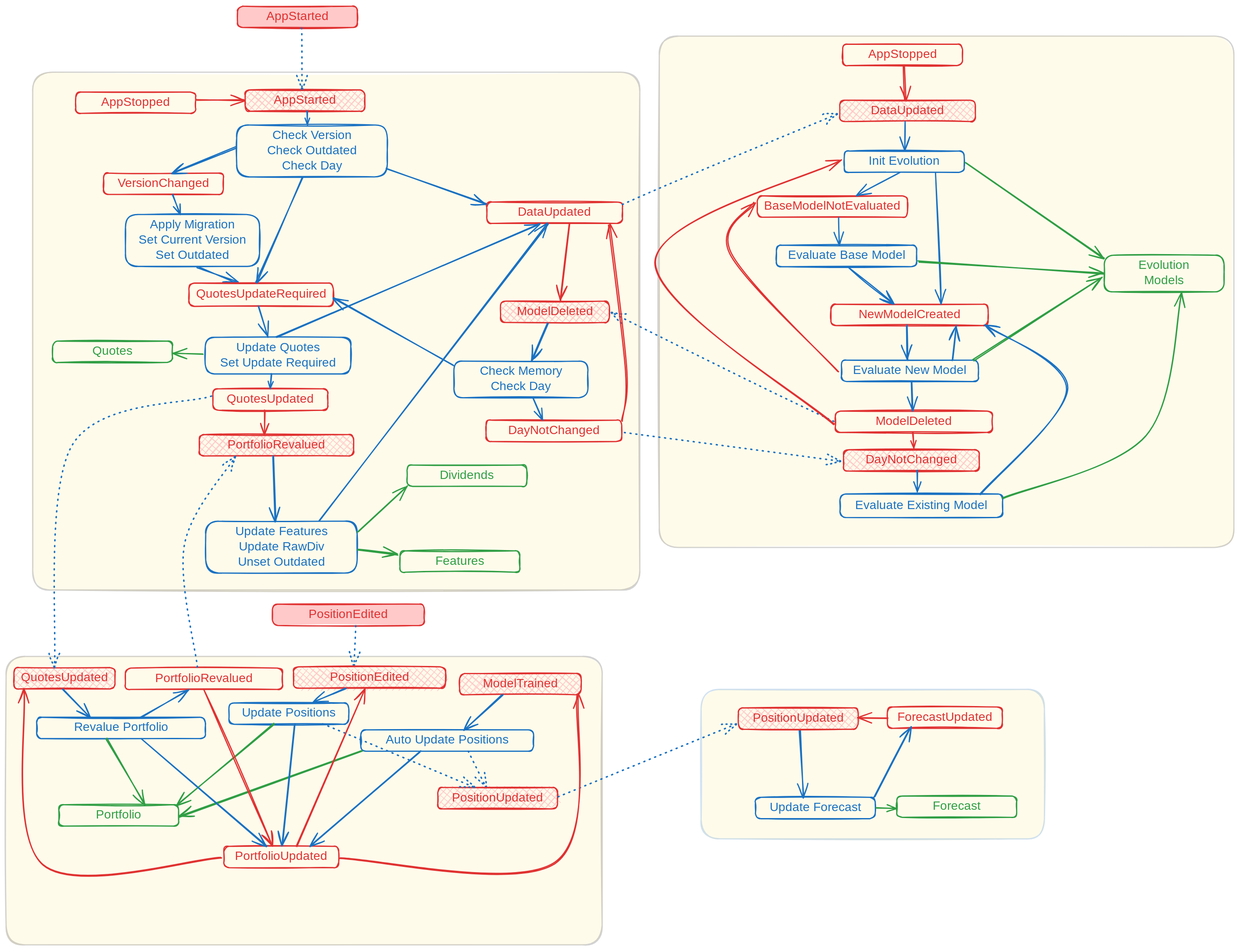
WLM1ke/poptimizer keeps this Excalidraw diagram as docs/fsm.excalidraw.svg. Above is the earlier version. Source tidied: one line per element, renumbered; positions are measured from the earlier drawing's top-left corner, leaving out a move shared by most shapes.
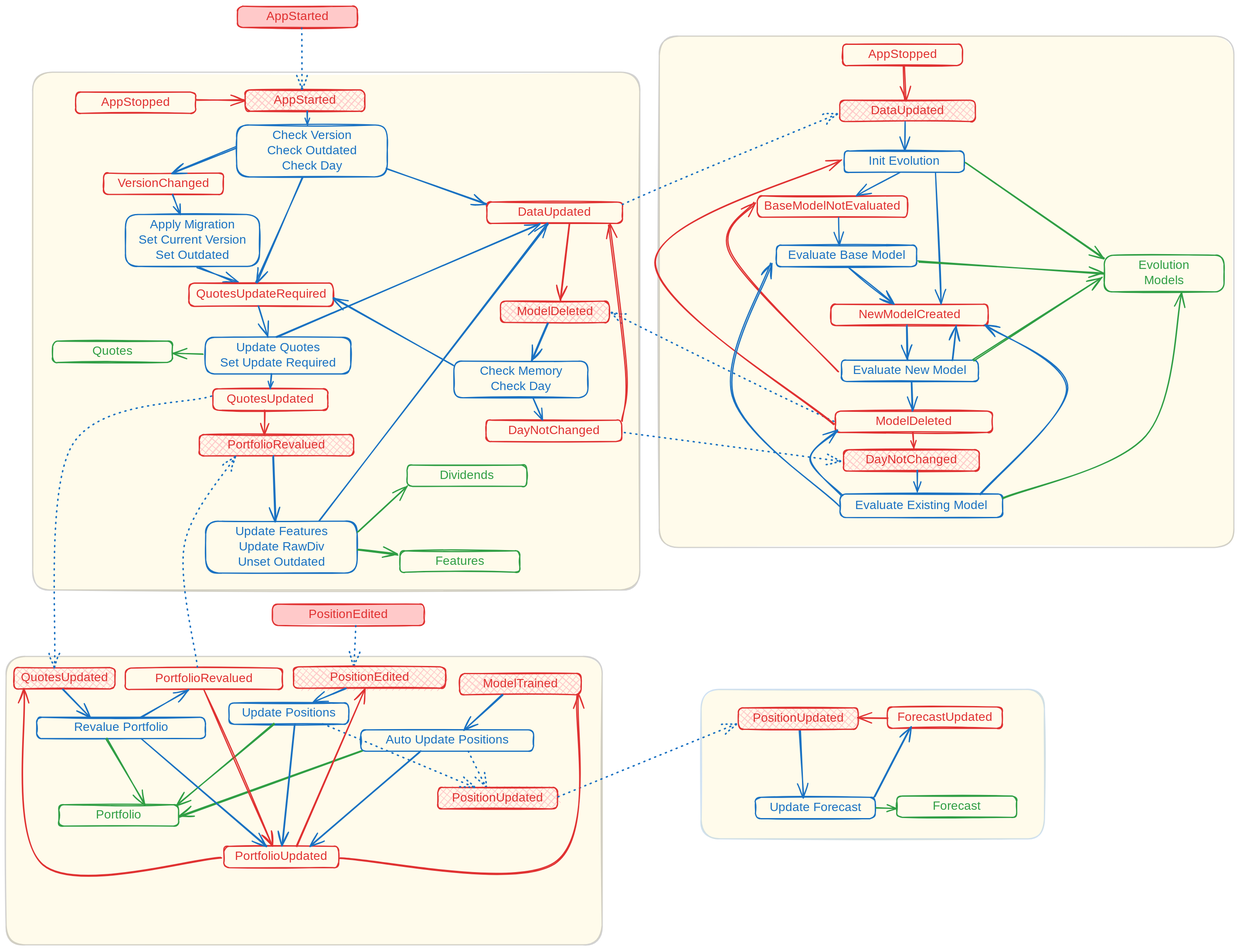
The same file after the commit.

Diff of the diagram source:
```diff
@@ -157,3 +157,5 @@
 {"id": 156, "type": "arrow", "strokeColor": "#1971c2", "backgroundColor": "#ffc9c9", "fillStyle": "solid", "strokeWidth": 2, "roughness": 1, "endArrowhead": "arrow", "round": true, "from": 153, "to": 123, "x": 1493, "y": 761, "width": 1, "height": 35, "points": [[0, 0], [1, 35]]}
 {"id": 157, "type": "arrow", "strokeColor": "#1971c2", "strokeWidth": 2, "strokeStyle": "dotted", "roughness": 1, "endArrowhead": "arrow", "round": true, "from": 149, "to": 153, "x": 1013, "y": 698, "width": 355, "height": 48, "points": [[0, 0], [355, 48]]}
 {"id": 158, "type": "arrow", "strokeColor": "#e03131", "backgroundColor": "#ffc9c9", "fillStyle": "solid", "strokeWidth": 2, "roughness": 1, "endArrowhead": "arrow", "round": true, "from": 119, "to": 113, "x": 1357, "y": 685, "width": 305, "height": 433, "points": [[0, 0], [-293, -266], [13, -433]]}
+{"id": 159, "type": "arrow", "strokeColor": "#1971c2", "strokeWidth": 2, "roughness": 1, "endArrowhead": "arrow", "round": true, "from": 123, "to": 126, "x": 1365, "y": 819, "width": 174, "height": 396, "points": [[0, 0], [-174, -178], [-111, -396]]}
+{"id": 160, "type": "arrow", "strokeColor": "#1971c2", "strokeWidth": 2, "roughness": 1, "endArrowhead": "arrow", "round": true, "from": 123, "to": 119, "x": 1370, "y": 803, "width": 51, "height": 107, "points": [[0, 0], [-51, -61], [-8, -107]]}
```
